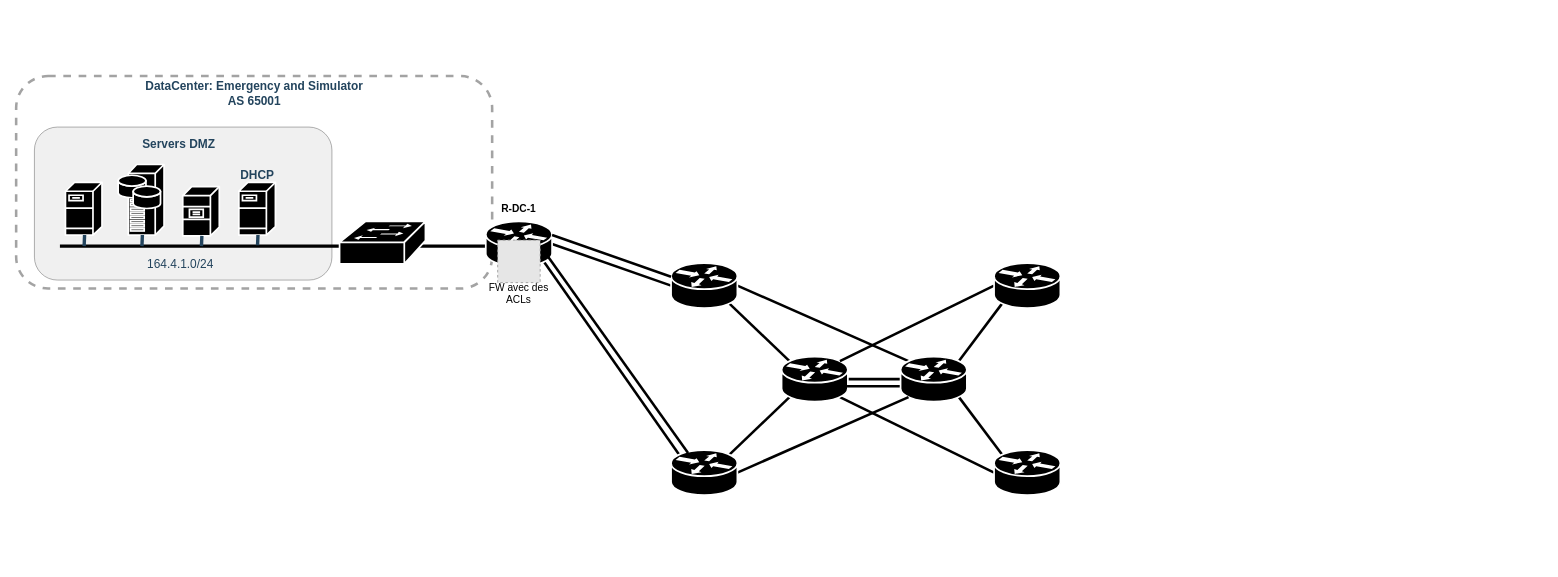
This is network/network-architecture.drawio from CPELyon/4irc-19-20-proj-transversal, a draw.io file, before an edit. Source tidied: cells renumbered, new cells numbered last; positions are measured from the earlier drawing's top-left corner, leaving out a move shared by most shapes. Both pictures are drawn from the tidied source at 85%, with x=0, y=0 at pixel (16, 76). Pictures stored in the file or linked from it are replaced by grey dashed boxes.
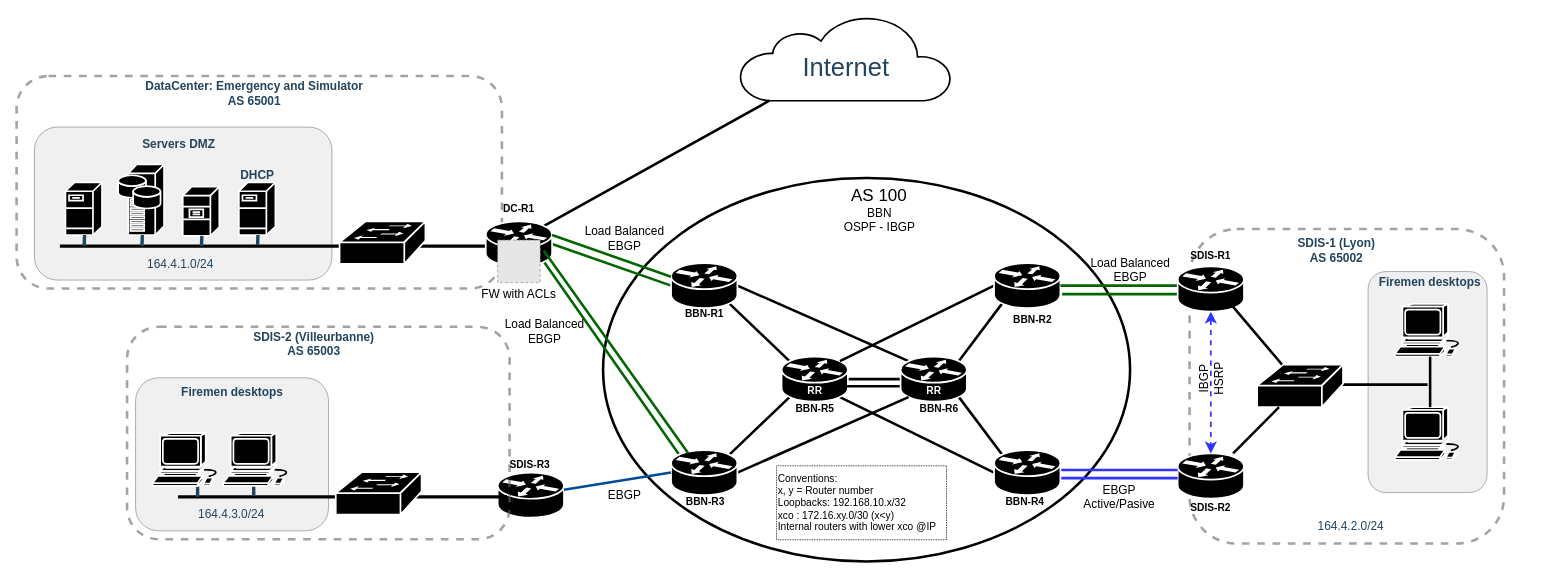
After the change.

Unchanged cells that the change refers to:
```xml
<mxCell id="10" style="shape=mxgraph.cisco.routers.router;html=1;dashed=0;fillColor=#000000;strokeColor=#ffffff;strokeWidth=2;verticalLabelPosition=bottom;verticalAlign=top;align=center;outlineConnect=0;" parent="1" vertex="1">
  <mxGeometry x="552" y="171" width="78" height="53" as="geometry" />
</mxCell>
<mxCell id="25" style="shape=mxgraph.cisco.routers.router;html=1;dashed=0;fillColor=#000000;strokeColor=#ffffff;strokeWidth=2;verticalLabelPosition=bottom;verticalAlign=top;align=center;outlineConnect=0;" parent="1" vertex="1">
  <mxGeometry x="770" y="220" width="78" height="53" as="geometry" />
</mxCell>
<mxCell id="34" style="shape=mxgraph.cisco.routers.router;html=1;dashed=0;fillColor=#000000;strokeColor=#ffffff;strokeWidth=2;verticalLabelPosition=bottom;verticalAlign=top;align=center;outlineConnect=0;" parent="1" vertex="1">
  <mxGeometry x="1150" y="220" width="78" height="53" as="geometry" />
</mxCell>
<mxCell id="36" style="shape=mxgraph.cisco.routers.router;html=1;dashed=0;fillColor=#000000;strokeColor=#ffffff;strokeWidth=2;verticalLabelPosition=bottom;verticalAlign=top;align=center;outlineConnect=0;" parent="1" vertex="1">
  <mxGeometry x="770" y="440" width="78" height="53" as="geometry" />
</mxCell>
```

Diff of the diagram source:
```diff
@@
+    <mxCell id="42" style="rounded=1;whiteSpace=wrap;html=1;strokeColor=#666666;fillColor=none;fontSize=24;align=center;opacity=60;strokeWidth=3;dashed=1;" parent="1" vertex="1">
+      <mxGeometry x="1380" y="180" width="370" height="370" as="geometry" />
+    </mxCell>
+    <mxCell id="43" style="ellipse;whiteSpace=wrap;html=1;strokeColor=#000000;strokeWidth=3;fillColor=none;fontSize=30;" parent="1" vertex="1">
+      <mxGeometry x="690" y="120" width="620" height="451" as="geometry" />
+    </mxCell>
     <mxCell id="2" style="rounded=1;whiteSpace=wrap;html=1;strokeColor=#666666;fillColor=none;fontSize=24;align=center;opacity=60;strokeWidth=3;dashed=1;" parent="1" vertex="1">
-      <mxGeometry x="-0.5" width="560" height="250" as="geometry" />
+      <mxGeometry width="571" height="250" as="geometry" />
     </mxCell>
@@
-    <mxCell id="5" value="FW avec des ACLs" style="text;html=1;strokeColor=none;fillColor=none;align=center;verticalAlign=middle;whiteSpace=wrap;rounded=0;" parent="1" vertex="1">
+    <mxCell id="5" value="FW with ACLs" style="text;html=1;strokeColor=none;fillColor=none;align=center;verticalAlign=middle;whiteSpace=wrap;rounded=0;fontSize=14;" parent="1" vertex="1">
       <mxGeometry x="546" y="246" width="90" height="20" as="geometry" />
     </mxCell>
-    <mxCell id="6" value="R-DC-1" style="text;html=1;strokeColor=none;fillColor=none;align=center;verticalAlign=middle;whiteSpace=wrap;rounded=0;fontSize=12;fontStyle=1;" parent="1" vertex="1">
+    <mxCell id="6" value="DC-R1" style="text;html=1;strokeColor=none;fillColor=none;align=center;verticalAlign=middle;whiteSpace=wrap;rounded=0;fontSize=12;fontStyle=1;" parent="1" vertex="1">
       <mxGeometry x="566" y="146" width="50" height="20" as="geometry" />
     </mxCell>
@@
-    <mxCell id="8" style="edgeStyle=none;rounded=0;jettySize=auto;html=1;exitX=1;exitY=0.5;exitDx=0;exitDy=0;exitPerimeter=0;entryX=0;entryY=0.5;entryDx=0;entryDy=0;entryPerimeter=0;endArrow=none;endFill=0;strokeWidth=3;" parent="1" edge="1" source="10" target="25">
+    <mxCell id="8" style="edgeStyle=none;rounded=0;jettySize=auto;html=1;exitX=1;exitY=0.5;exitDx=0;exitDy=0;exitPerimeter=0;entryX=0;entryY=0.5;entryDx=0;entryDy=0;entryPerimeter=0;endArrow=none;endFill=0;strokeWidth=3;strokeColor=#006600;" parent="1" edge="1" source="10" target="25">
       <mxGeometry relative="1" as="geometry" />
     </mxCell>
-    <mxCell id="9" style="edgeStyle=none;rounded=0;jettySize=auto;html=1;exitX=0.88;exitY=0.9;exitDx=0;exitDy=0;exitPerimeter=0;endArrow=none;endFill=0;strokeWidth=3;entryX=0.12;entryY=0.1;entryDx=0;entryDy=0;entryPerimeter=0;" parent="1" edge="1" source="10" target="36">
+    <mxCell id="9" style="edgeStyle=none;rounded=0;jettySize=auto;html=1;exitX=0.88;exitY=0.9;exitDx=0;exitDy=0;exitPerimeter=0;endArrow=none;endFill=0;strokeWidth=3;entryX=0.12;entryY=0.1;entryDx=0;entryDy=0;entryPerimeter=0;strokeColor=#006600;" parent="1" edge="1" source="10" target="36">
       <mxGeometry relative="1" as="geometry" />
     </mxCell>
+    <mxCell id="44" style="edgeStyle=none;rounded=0;jettySize=auto;html=1;exitX=0.88;exitY=0.1;exitDx=0;exitDy=0;exitPerimeter=0;endArrow=none;endFill=0;strokeWidth=3;fontSize=30;" parent="1" edge="1" source="10" target="45">
+      <mxGeometry relative="1" as="geometry" />
+    </mxCell>
@@
-    <mxCell id="37" style="shape=mxgraph.cisco.routers.router;html=1;dashed=0;fillColor=#000000;strokeColor=#ffffff;strokeWidth=2;verticalLabelPosition=bottom;verticalAlign=top;align=center;outlineConnect=0;" parent="1" vertex="1">
-      <mxGeometry x="1150" y="440" width="78" height="53" as="geometry" />
-    </mxCell>
@@
-    <mxCell id="39" style="edgeStyle=none;rounded=0;orthogonalLoop=1;jettySize=auto;html=1;exitX=0.88;exitY=0.9;exitDx=0;exitDy=0;exitPerimeter=0;endArrow=none;endFill=0;strokeWidth=3;" parent="1" edge="1">
+    <mxCell id="39" style="edgeStyle=none;rounded=0;orthogonalLoop=1;jettySize=auto;html=1;exitX=0.88;exitY=0.9;exitDx=0;exitDy=0;exitPerimeter=0;endArrow=none;endFill=0;strokeWidth=3;strokeColor=#006600;" parent="1" edge="1">
       <mxGeometry relative="1" as="geometry">
         <mxPoint x="620.1" y="205.2" as="sourcePoint" />
         <mxPoint x="790" y="443.5" as="targetPoint" />
       </mxGeometry>
     </mxCell>
-    <mxCell id="40" style="edgeStyle=none;rounded=0;orthogonalLoop=1;jettySize=auto;html=1;exitX=1;exitY=0.5;exitDx=0;exitDy=0;exitPerimeter=0;entryX=0;entryY=0.5;entryDx=0;entryDy=0;entryPerimeter=0;endArrow=none;endFill=0;strokeWidth=3;" parent="1" edge="1">
+    <mxCell id="40" style="edgeStyle=none;rounded=0;orthogonalLoop=1;jettySize=auto;html=1;exitX=1;exitY=0.5;exitDx=0;exitDy=0;exitPerimeter=0;entryX=0;entryY=0.5;entryDx=0;entryDy=0;entryPerimeter=0;endArrow=none;endFill=0;strokeWidth=3;strokeColor=#006600;" parent="1" edge="1">
       <mxGeometry relative="1" as="geometry">
         <mxPoint x="630" y="187" as="sourcePoint" />
         <mxPoint x="770" y="236" as="targetPoint" />
       </mxGeometry>
     </mxCell>
@@
+    <mxCell id="45" style="html=1;verticalLabelPosition=bottom;align=center;labelBackgroundColor=#ffffff;verticalAlign=top;strokeWidth=2;strokeColor=#000000;shadow=0;dashed=0;shape=mxgraph.ios7.icons.cloud;fillColor=none;" parent="1" vertex="1">
+      <mxGeometry x="851" y="-71" width="249" height="100" as="geometry" />
+    </mxCell>
+    <mxCell id="46" value="&lt;font color=&quot;#23445d&quot; style=&quot;font-size: 30px;&quot;&gt;&lt;span style=&quot;font-size: 30px;&quot;&gt;Internet&lt;br style=&quot;font-size: 30px;&quot;&gt;&lt;/span&gt;&lt;/font&gt;" style="rounded=1;whiteSpace=wrap;html=1;strokeColor=none;fillColor=none;fontSize=30;fontColor=#742B21;align=center;fontStyle=0;" parent="1" vertex="1">
+      <mxGeometry x="855.5" y="-21" width="240" height="19" as="geometry" />
+    </mxCell>
+    <mxCell id="47" value="AS 100" style="text;html=1;strokeColor=none;fillColor=none;align=center;verticalAlign=middle;whiteSpace=wrap;rounded=0;fontSize=20;" parent="1" vertex="1">
+      <mxGeometry x="930" y="130" width="170" height="20" as="geometry" />
+    </mxCell>
+    <mxCell id="48" value="BBN&lt;br&gt;OSPF - IBGP" style="text;html=1;fontSize=14;align=center;" parent="1" vertex="1">
+      <mxGeometry x="954.5" y="146" width="121" height="30" as="geometry" />
+    </mxCell>
+    <mxCell id="49" value="Load Balanced&lt;br&gt;EBGP" style="text;html=1;fontSize=14;align=center;" parent="1" vertex="1">
+      <mxGeometry x="566" y="277" width="110" height="30" as="geometry" />
+    </mxCell>
+    <mxCell id="50" value="Load Balanced&lt;br&gt;EBGP" style="text;html=1;fontSize=14;align=center;" parent="1" vertex="1">
+      <mxGeometry x="660" y="167.5" width="110" height="30" as="geometry" />
+    </mxCell>
+    <mxCell id="51" value="BBN-R1" style="text;html=1;fontSize=12;align=center;fontStyle=1;" parent="1" vertex="1">
+      <mxGeometry x="754" y="266" width="110" height="30" as="geometry" />
+    </mxCell>
+    <mxCell id="52" value="BBN-R6" style="text;html=1;fontSize=12;align=center;fontStyle=1;" parent="1" vertex="1">
+      <mxGeometry x="1030" y="378" width="110" height="30" as="geometry" />
+    </mxCell>
+    <mxCell id="53" value="BBN-R5" style="text;html=1;fontSize=12;align=center;fontStyle=1;" parent="1" vertex="1">
+      <mxGeometry x="884" y="378" width="110" height="30" as="geometry" />
+    </mxCell>
+    <mxCell id="54" value="BBN-R4" style="text;html=1;fontSize=12;align=center;fontStyle=1;" parent="1" vertex="1">
+      <mxGeometry x="1130.5" y="487" width="110" height="30" as="geometry" />
+    </mxCell>
+    <mxCell id="55" value="BBN-R3" style="text;html=1;fontSize=12;align=center;fontStyle=1;" parent="1" vertex="1">
+      <mxGeometry x="754.5" y="487" width="110" height="30" as="geometry" />
+    </mxCell>
+    <mxCell id="56" value="BBN-R2" style="text;html=1;fontSize=12;align=center;fontStyle=1;" parent="1" vertex="1">
+      <mxGeometry x="1140" y="273" width="110" height="30" as="geometry" />
+    </mxCell>
+    <mxCell id="57" value="RR" style="text;html=1;fontSize=12;align=center;fontStyle=1;fontColor=#FFFFFF;" parent="1" vertex="1">
+      <mxGeometry x="884" y="356.5" width="110" height="30" as="geometry" />
+    </mxCell>
+    <mxCell id="58" value="RR" style="text;html=1;fontSize=12;align=center;fontStyle=1;fontColor=#FFFFFF;" parent="1" vertex="1">
+      <mxGeometry x="1024" y="356.5" width="110" height="30" as="geometry" />
+    </mxCell>
+    <mxCell id="59" value="Conventions:&lt;br&gt;&lt;div&gt;x, y = Router number&lt;/div&gt;Loopbacks: 192.168.10.x/32&lt;br&gt;xco : 172.16.xy.0/30 (x&amp;lt;y)&lt;br&gt;Internal routers with lower xco @IP" style="text;html=1;strokeColor=#000000;fillColor=none;align=left;verticalAlign=middle;rounded=0;fontSize=12;fontColor=#000000;labelBackgroundColor=none;labelBorderColor=none;whiteSpace=wrap;spacing=2;spacingLeft=0;dashed=1;dashPattern=1 1;" parent="1" vertex="1">
+      <mxGeometry x="894" y="458.5" width="200" height="87" as="geometry" />
+    </mxCell>
+    <mxCell id="60" style="shape=mxgraph.cisco.routers.router;html=1;dashed=0;fillColor=#000000;strokeColor=#ffffff;strokeWidth=2;verticalLabelPosition=bottom;verticalAlign=top;align=center;outlineConnect=0;" parent="1" vertex="1">
+      <mxGeometry x="566" y="466.5" width="78" height="53" as="geometry" />
+    </mxCell>
+    <mxCell id="61" style="rounded=1;whiteSpace=wrap;html=1;strokeColor=#666666;fillColor=none;fontSize=24;align=center;opacity=60;strokeWidth=3;dashed=1;" parent="1" vertex="1">
+      <mxGeometry x="130" y="295" width="450" height="250" as="geometry" />
+    </mxCell>
+    <mxCell id="62" style="rounded=1;whiteSpace=wrap;html=1;strokeColor=#666666;fillColor=#E6E6E6;fontSize=24;align=center;opacity=60;" parent="1" vertex="1">
+      <mxGeometry x="140" y="355" width="227" height="180" as="geometry" />
+    </mxCell>
+    <mxCell id="63" style="line;html=1;strokeColor=#000000;" parent="1" vertex="1">
+      <mxGeometry x="190" y="490" width="387" height="10" as="geometry" />
+    </mxCell>
+    <mxCell id="64" value="SDIS-R3" style="text;html=1;strokeColor=none;fillColor=none;align=center;verticalAlign=middle;whiteSpace=wrap;rounded=0;fontSize=12;fontStyle=1;" parent="1" vertex="1">
+      <mxGeometry x="572" y="446.5" width="64" height="20" as="geometry" />
+    </mxCell>
+    <mxCell id="65" style="shape=mxgraph.cisco.switches.workgroup_switch;html=1;dashed=0;fillColor=#000000;strokeColor=#ffffff;strokeWidth=2;verticalLabelPosition=bottom;verticalAlign=top;align=center;" parent="1" vertex="1">
+      <mxGeometry x="375.5" y="466" width="101" height="50" as="geometry" />
+    </mxCell>
+    <mxCell id="66" style="edgeStyle=elbowEdgeStyle;elbow=horizontal;endArrow=none;html=1;strokeColor=#23445D;endFill=0;strokeWidth=4;rounded=1;" parent="1" edge="1">
+      <mxGeometry relative="1" as="geometry">
+        <mxPoint x="279" y="494" as="sourcePoint" />
+        <mxPoint x="279" y="482" as="targetPoint" />
+      </mxGeometry>
+    </mxCell>
+    <mxCell id="67" style="edgeStyle=elbowEdgeStyle;elbow=horizontal;endArrow=none;html=1;strokeColor=#23445D;endFill=0;strokeWidth=4;rounded=1;" parent="1" edge="1">
+      <mxGeometry relative="1" as="geometry">
+        <mxPoint x="213" y="495" as="sourcePoint" />
+        <mxPoint x="213" y="483" as="targetPoint" />
+      </mxGeometry>
+    </mxCell>
+    <mxCell id="68" value="&lt;font color=&quot;#23445d&quot;&gt;&lt;span&gt;Firemen desktops&lt;/span&gt;&lt;/font&gt;" style="rounded=1;whiteSpace=wrap;html=1;strokeColor=none;fillColor=none;fontSize=14;fontColor=#742B21;align=center;fontStyle=1;" parent="1" vertex="1">
+      <mxGeometry x="120.5" y="362.5" width="266" height="19" as="geometry" />
+    </mxCell>
+    <mxCell id="69" value="&lt;font color=&quot;#23445d&quot;&gt;&lt;span&gt;164.4.3.0/24&lt;/span&gt;&lt;/font&gt;" style="rounded=1;whiteSpace=wrap;html=1;strokeColor=none;fillColor=none;fontSize=14;fontColor=#742B21;align=center;fontStyle=0;" parent="1" vertex="1">
+      <mxGeometry x="119.5" y="505.5" width="266" height="19" as="geometry" />
+    </mxCell>
+    <mxCell id="70" value="&lt;font color=&quot;#23445d&quot;&gt;&lt;span&gt;SDIS-2 (Villeurbanne)&lt;br&gt;AS 65003&lt;/span&gt;&lt;/font&gt;" style="rounded=1;whiteSpace=wrap;html=1;strokeColor=none;fillColor=none;fontSize=14;fontColor=#742B21;align=center;fontStyle=1;" parent="1" vertex="1">
+      <mxGeometry x="217" y="305" width="266" height="19" as="geometry" />
+    </mxCell>
+    <mxCell id="71" style="edgeStyle=none;rounded=0;jettySize=auto;html=1;endArrow=none;endFill=0;strokeWidth=3;strokeColor=#004C99;entryX=0;entryY=0.5;entryDx=0;entryDy=0;entryPerimeter=0;" parent="1" edge="1" source="60" target="36">
+      <mxGeometry relative="1" as="geometry" />
+    </mxCell>
+    <mxCell id="72" value="EBGP" style="text;html=1;fontSize=14;align=center;" parent="1" vertex="1">
+      <mxGeometry x="660" y="478" width="110" height="30" as="geometry" />
+    </mxCell>
+    <mxCell id="73" style="shape=mxgraph.cisco.computers_and_peripherals.workstation;html=1;dashed=0;fillColor=#000000;strokeColor=#ffffff;strokeWidth=2;verticalLabelPosition=bottom;verticalAlign=top;fontFamily=Helvetica;fontSize=36;fontColor=#FFB366;" parent="1" vertex="1">
+      <mxGeometry x="243" y="420" width="83" height="62" as="geometry" />
+    </mxCell>
+    <mxCell id="74" style="shape=mxgraph.cisco.computers_and_peripherals.workstation;html=1;dashed=0;fillColor=#000000;strokeColor=#ffffff;strokeWidth=2;verticalLabelPosition=bottom;verticalAlign=top;fontFamily=Helvetica;fontSize=36;fontColor=#FFB366;" parent="1" vertex="1">
+      <mxGeometry x="160" y="420" width="83" height="62" as="geometry" />
+    </mxCell>
+    <mxCell id="75" style="edgeStyle=none;rounded=0;orthogonalLoop=1;jettySize=auto;html=1;exitX=0.5;exitY=0;exitDx=0;exitDy=0;endArrow=none;endFill=0;strokeColor=#006600;strokeWidth=3;fontSize=12;fontColor=#000000;" parent="1" edge="1" source="70" target="70">
+      <mxGeometry relative="1" as="geometry" />
+    </mxCell>
+    <mxCell id="76" style="shape=mxgraph.cisco.routers.router;html=1;dashed=0;fillColor=#000000;strokeColor=#ffffff;strokeWidth=2;verticalLabelPosition=bottom;verticalAlign=top;align=center;outlineConnect=0;" parent="1" vertex="1">
+      <mxGeometry x="1366" y="444" width="78" height="53" as="geometry" />
+    </mxCell>
+    <mxCell id="77" style="edgeStyle=none;rounded=0;jettySize=auto;html=1;exitX=1;exitY=0.5;exitDx=0;exitDy=0;exitPerimeter=0;entryX=0;entryY=0.5;entryDx=0;entryDy=0;entryPerimeter=0;endArrow=none;endFill=0;strokeWidth=3;strokeColor=#006600;" parent="1" edge="1" source="34">
+      <mxGeometry relative="1" as="geometry">
+        <mxPoint x="1368" y="246.5" as="targetPoint" />
+      </mxGeometry>
+    </mxCell>
+    <mxCell id="78" style="edgeStyle=none;rounded=0;jettySize=auto;html=1;exitX=1.026;exitY=0.689;exitDx=0;exitDy=0;exitPerimeter=0;entryX=0;entryY=0.5;entryDx=0;entryDy=0;entryPerimeter=0;endArrow=none;endFill=0;strokeWidth=3;strokeColor=#006600;" parent="1" edge="1" source="34">
+      <mxGeometry relative="1" as="geometry">
+        <mxPoint x="1378" y="256.5" as="targetPoint" />
+      </mxGeometry>
+    </mxCell>
+    <mxCell id="79" style="edgeStyle=none;rounded=0;jettySize=auto;html=1;exitX=0.5;exitY=1;exitDx=0;exitDy=0;exitPerimeter=0;entryX=0.5;entryY=0;entryDx=0;entryDy=0;entryPerimeter=0;endArrow=classic;endFill=1;strokeColor=#3333FF;strokeWidth=2;fontSize=12;fontColor=#000000;startArrow=classic;startFill=1;endSize=8;startSize=8;dashed=1;" parent="1" edge="1" source="80" target="76">
+      <mxGeometry relative="1" as="geometry" />
+    </mxCell>
+    <mxCell id="80" style="shape=mxgraph.cisco.routers.router;html=1;dashed=0;fillColor=#000000;strokeColor=#ffffff;strokeWidth=2;verticalLabelPosition=bottom;verticalAlign=top;align=center;outlineConnect=0;" parent="1" vertex="1">
+      <mxGeometry x="1366" y="224" width="78" height="53" as="geometry" />
+    </mxCell>
+    <mxCell id="81" style="edgeStyle=none;rounded=0;orthogonalLoop=1;jettySize=auto;html=1;exitX=1.026;exitY=0.689;exitDx=0;exitDy=0;exitPerimeter=0;entryX=0;entryY=0.5;entryDx=0;entryDy=0;entryPerimeter=0;endArrow=none;endFill=0;strokeWidth=3;strokeColor=#3333FF;" parent="1" edge="1">
+      <mxGeometry relative="1" as="geometry">
+        <mxPoint x="1218" y="463.5" as="sourcePoint" />
+        <mxPoint x="1366" y="463.5" as="targetPoint" />
+      </mxGeometry>
+    </mxCell>
+    <mxCell id="82" style="edgeStyle=none;rounded=0;orthogonalLoop=1;jettySize=auto;html=1;exitX=1.026;exitY=0.689;exitDx=0;exitDy=0;exitPerimeter=0;entryX=0;entryY=0.5;entryDx=0;entryDy=0;entryPerimeter=0;endArrow=none;endFill=0;strokeWidth=3;strokeColor=#3333FF;" parent="1" edge="1">
+      <mxGeometry relative="1" as="geometry">
+        <mxPoint x="1218" y="473" as="sourcePoint" />
+        <mxPoint x="1366" y="473" as="targetPoint" />
+      </mxGeometry>
+    </mxCell>
+    <mxCell id="37" style="shape=mxgraph.cisco.routers.router;html=1;dashed=0;fillColor=#000000;strokeColor=#ffffff;strokeWidth=2;verticalLabelPosition=bottom;verticalAlign=top;align=center;outlineConnect=0;" parent="1" vertex="1">
+      <mxGeometry x="1150" y="440" width="78" height="53" as="geometry" />
+    </mxCell>
+    <mxCell id="83" value="EBGP&lt;br&gt;Active/Pasive" style="text;html=1;fontSize=14;align=center;" parent="1" vertex="1">
+      <mxGeometry x="1242" y="472" width="110" height="30" as="geometry" />
+    </mxCell>
+    <mxCell id="84" value="Load Balanced&lt;br&gt;EBGP" style="text;html=1;fontSize=14;align=center;" parent="1" vertex="1">
+      <mxGeometry x="1255" y="205" width="110" height="30" as="geometry" />
+    </mxCell>
+    <mxCell id="85" value="SDIS-R1" style="text;html=1;strokeColor=none;fillColor=none;align=center;verticalAlign=middle;whiteSpace=wrap;rounded=0;fontSize=12;fontStyle=1;" parent="1" vertex="1">
+      <mxGeometry x="1373" y="201.5" width="64" height="20" as="geometry" />
+    </mxCell>
+    <mxCell id="86" value="SDIS-R2" style="text;html=1;strokeColor=none;fillColor=none;align=center;verticalAlign=middle;whiteSpace=wrap;rounded=0;fontSize=12;fontStyle=1;" parent="1" vertex="1">
+      <mxGeometry x="1373" y="498" width="64" height="20" as="geometry" />
+    </mxCell>
+    <mxCell id="87" value="IBGP&lt;br&gt;HSRP" style="text;html=1;fontSize=14;align=center;direction=west;horizontal=0;" parent="1" vertex="1">
+      <mxGeometry x="1382" y="335.5" width="33" height="42" as="geometry" />
+    </mxCell>
+    <mxCell id="88" style="rounded=1;whiteSpace=wrap;html=1;strokeColor=#666666;fillColor=#E6E6E6;fontSize=24;align=center;opacity=60;" parent="1" vertex="1">
+      <mxGeometry x="1590" y="230" width="140" height="260" as="geometry" />
+    </mxCell>
+    <mxCell id="89" style="line;html=1;strokeColor=#000000;strokeWidth=3;" parent="1" vertex="1">
+      <mxGeometry x="1540" y="358" width="120" height="10" as="geometry" />
+    </mxCell>
+    <mxCell id="90" style="shape=mxgraph.cisco.switches.workgroup_switch;html=1;dashed=0;fillColor=#000000;strokeColor=#ffffff;strokeWidth=2;verticalLabelPosition=bottom;verticalAlign=top;align=center;outlineConnect=0;" parent="1" vertex="1">
+      <mxGeometry x="1459.5" y="339.5" width="101" height="50" as="geometry" />
+    </mxCell>
+    <mxCell id="91" value="&lt;font color=&quot;#23445d&quot;&gt;&lt;span&gt;Firemen desktops&lt;/span&gt;&lt;/font&gt;" style="rounded=1;whiteSpace=wrap;html=1;strokeColor=none;fillColor=none;fontSize=14;fontColor=#742B21;align=center;fontStyle=1;" parent="1" vertex="1">
+      <mxGeometry x="1530" y="232" width="266" height="19" as="geometry" />
+    </mxCell>
+    <mxCell id="92" value="&lt;font color=&quot;#23445d&quot;&gt;&lt;span&gt;164.4.2.0/24&lt;/span&gt;&lt;/font&gt;" style="rounded=1;whiteSpace=wrap;html=1;strokeColor=none;fillColor=none;fontSize=14;fontColor=#742B21;align=center;fontStyle=0;" parent="1" vertex="1">
+      <mxGeometry x="1437" y="519.5" width="266" height="19" as="geometry" />
+    </mxCell>
+    <mxCell id="93" value="&lt;font color=&quot;#23445d&quot;&gt;&lt;span&gt;SDIS-1 (Lyon)&lt;br&gt;AS 65002&lt;br&gt;&lt;/span&gt;&lt;/font&gt;" style="rounded=1;whiteSpace=wrap;html=1;strokeColor=none;fillColor=none;fontSize=14;fontColor=#742B21;align=center;fontStyle=1;" parent="1" vertex="1">
+      <mxGeometry x="1420" y="195" width="266" height="19" as="geometry" />
+    </mxCell>
+    <mxCell id="94" style="edgeStyle=none;rounded=0;jettySize=auto;html=1;endArrow=none;endFill=0;strokeWidth=3;" parent="1" edge="1" target="90">
+      <mxGeometry relative="1" as="geometry">
+        <mxPoint x="1430" y="270" as="sourcePoint" />
+      </mxGeometry>
+    </mxCell>
+    <mxCell id="95" style="edgeStyle=none;rounded=0;jettySize=auto;html=1;endArrow=none;endFill=0;strokeWidth=3;" parent="1" edge="1" source="76" target="90">
+      <mxGeometry relative="1" as="geometry" />
+    </mxCell>
+    <mxCell id="96" style="shape=mxgraph.cisco.computers_and_peripherals.workstation;html=1;dashed=0;fillColor=#000000;strokeColor=#ffffff;strokeWidth=2;verticalLabelPosition=bottom;verticalAlign=top;fontFamily=Helvetica;fontSize=36;fontColor=#FFB366;" parent="1" vertex="1">
+      <mxGeometry x="1621.5" y="389.5" width="83" height="62" as="geometry" />
+    </mxCell>
+    <mxCell id="97" style="shape=mxgraph.cisco.computers_and_peripherals.workstation;html=1;dashed=0;fillColor=#000000;strokeColor=#ffffff;strokeWidth=2;verticalLabelPosition=bottom;verticalAlign=top;fontFamily=Helvetica;fontSize=36;fontColor=#FFB366;" parent="1" vertex="1">
+      <mxGeometry x="1621.5" y="268" width="83" height="62" as="geometry" />
+    </mxCell>
+    <mxCell id="98" style="edgeStyle=none;rounded=0;jettySize=auto;html=1;endArrow=none;endFill=0;strokeWidth=3;exitX=0.5;exitY=1;exitDx=0;exitDy=0;exitPerimeter=0;entryX=0.5;entryY=0;entryDx=0;entryDy=0;entryPerimeter=0;" parent="1" edge="1" source="97" target="96">
+      <mxGeometry relative="1" as="geometry" />
+    </mxCell>
```
